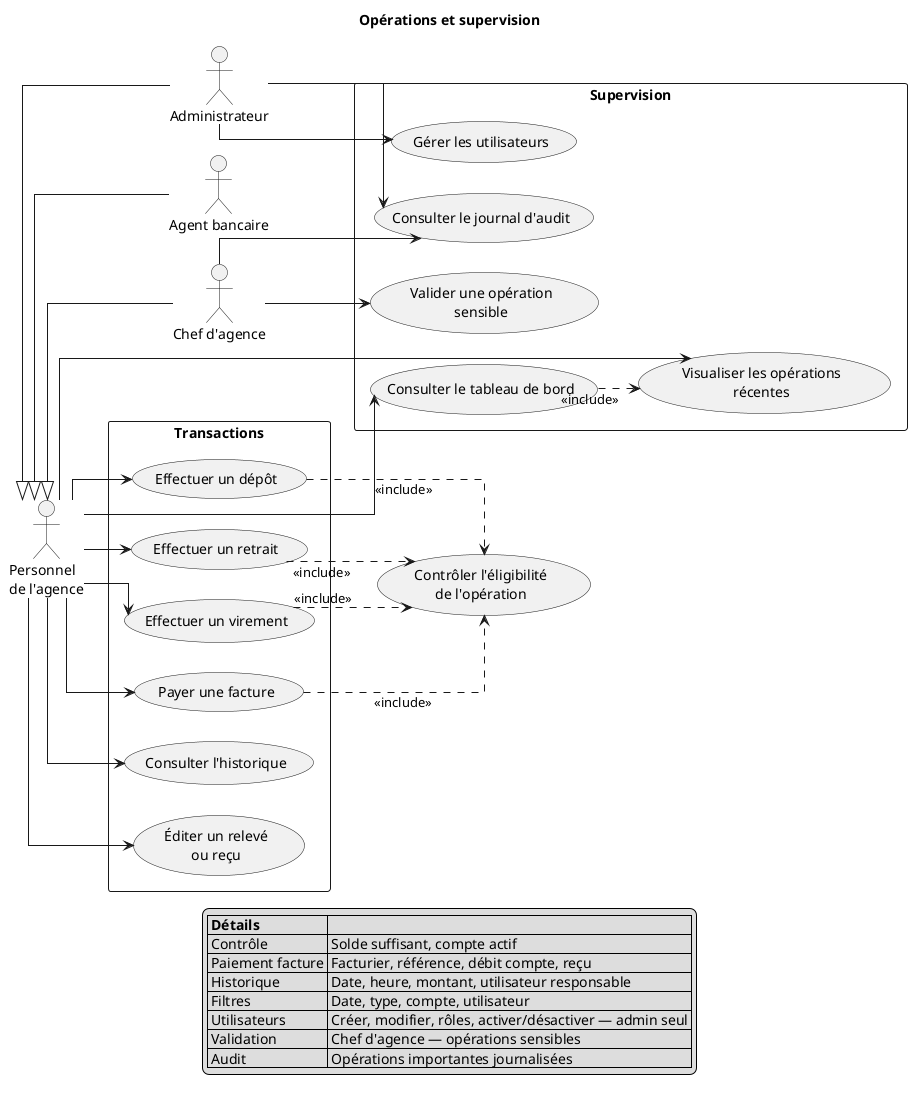
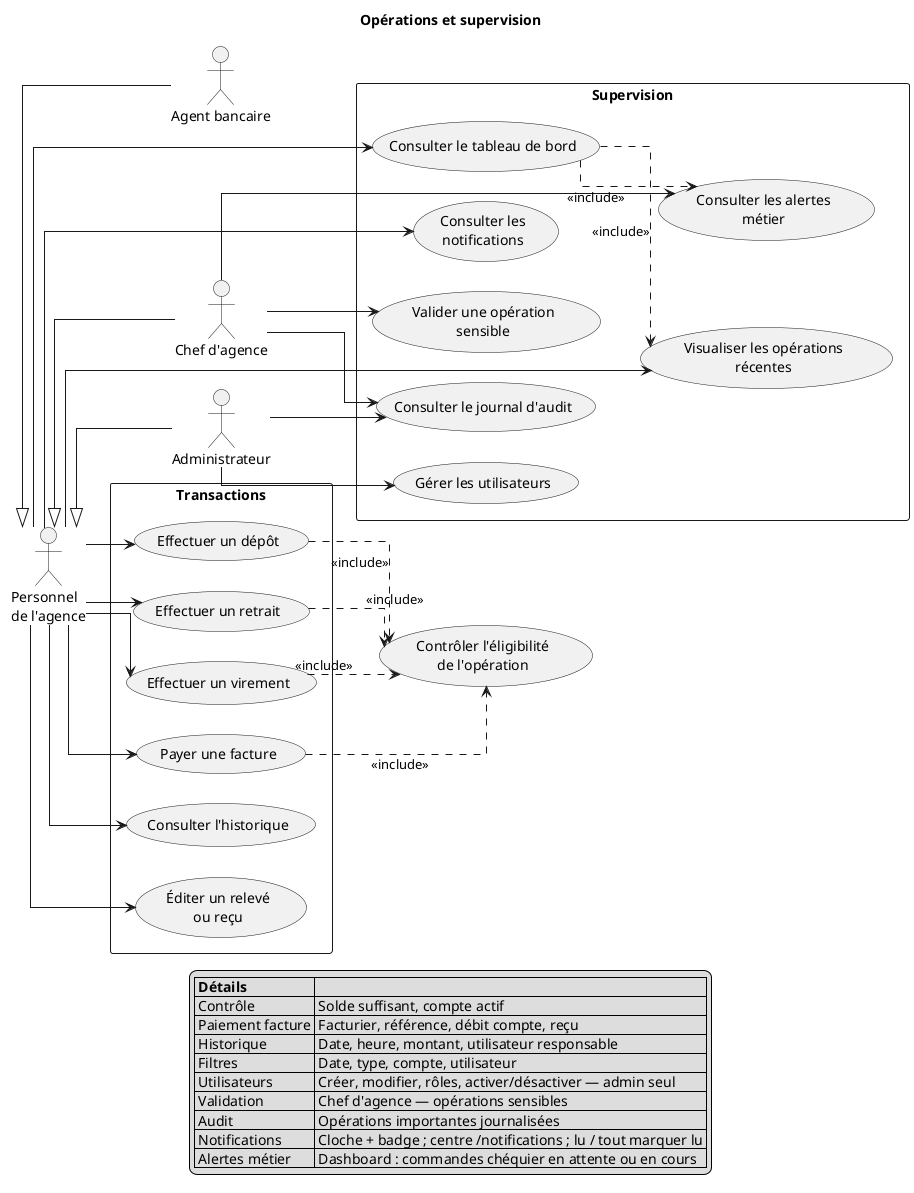
@startuml 02-operations-supervision
left to right direction
skinparam shadowing false
skinparam packageStyle rectangle
skinparam nodesep 30
skinparam ranksep 40
skinparam linetype ortho

title Opérations et supervision

actor "Personnel\nde l'agence" as personnel

actor "Administrateur" as admin
actor "Agent bancaire" as agent
actor "Chef d'agence" as chef

admin -up-|> personnel
agent -up-|> personnel
chef -up-|> personnel

rectangle "Transactions" {
  usecase "Effectuer un dépôt" as UC_DEPOT
  usecase "Effectuer un retrait" as UC_RETRAIT
  usecase "Effectuer un virement" as UC_VIREMENT
  usecase "Payer une facture" as UC_BILL
  usecase "Consulter l'historique" as UC_HIST
  usecase "Éditer un relevé\nou reçu" as UC_RELEVE
}

rectangle "Supervision" {
  usecase "Consulter le tableau de bord" as UC_DASH
  usecase "Visualiser les opérations\nrécentes" as UC_RECENT
+   usecase "Consulter les alertes\nmétier" as UC_ALERTS
+   usecase "Consulter les\nnotifications" as UC_NOTIF
  usecase "Gérer les utilisateurs" as UC_USERS
  usecase "Consulter le journal d'audit" as UC_AUDIT_VIEW
  usecase "Valider une opération\nsensible" as UC_VALIDATE
}

usecase "Contrôler l'éligibilité\nde l'opération" as UC_CHECK

personnel --> UC_DEPOT
personnel --> UC_RETRAIT
personnel --> UC_VIREMENT
personnel --> UC_BILL
personnel --> UC_HIST
personnel --> UC_RELEVE
personnel --> UC_DASH
personnel --> UC_RECENT
+ personnel --> UC_NOTIF

admin --> UC_USERS
admin --> UC_AUDIT_VIEW
chef --> UC_AUDIT_VIEW
chef --> UC_VALIDATE
+ chef --> UC_ALERTS

UC_DEPOT ..> UC_CHECK : <<include>>
UC_RETRAIT ..> UC_CHECK : <<include>>
UC_VIREMENT ..> UC_CHECK : <<include>>
UC_BILL ..> UC_CHECK : <<include>>
UC_DASH ..> UC_RECENT : <<include>>
+ UC_DASH ..> UC_ALERTS : <<include>>

legend bottom
  |= Détails |= |
  | Contrôle | Solde suffisant, compte actif |
  | Paiement facture | Facturier, référence, débit compte, reçu |
  | Historique | Date, heure, montant, utilisateur responsable |
  | Filtres | Date, type, compte, utilisateur |
  | Utilisateurs | Créer, modifier, rôles, activer/désactiver — admin seul |
  | Validation | Chef d'agence — opérations sensibles |
  | Audit | Opérations importantes journalisées |
+   | Notifications | Cloche + badge ; centre /notifications ; lu / tout marquer lu |
+   | Alertes métier | Dashboard : commandes chéquier en attente ou en cours |
endlegend

@enduml
